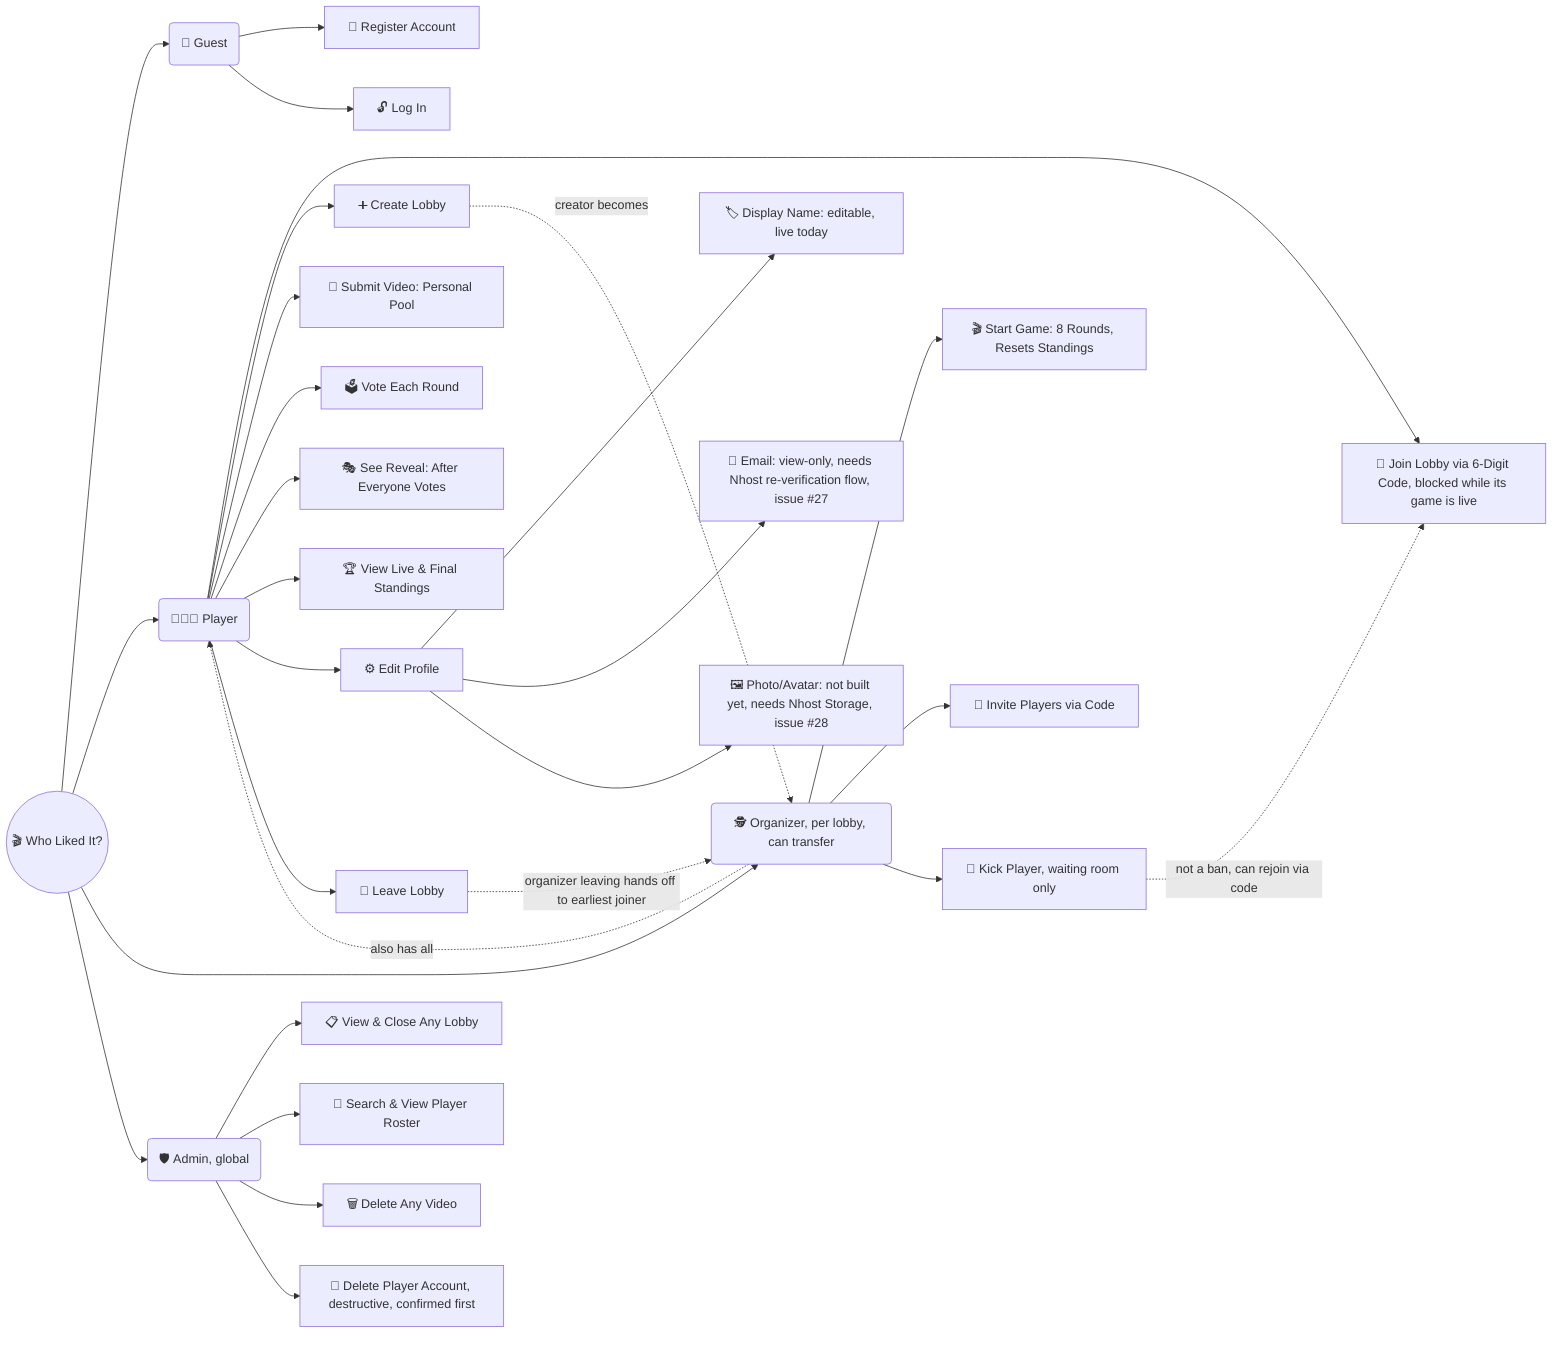
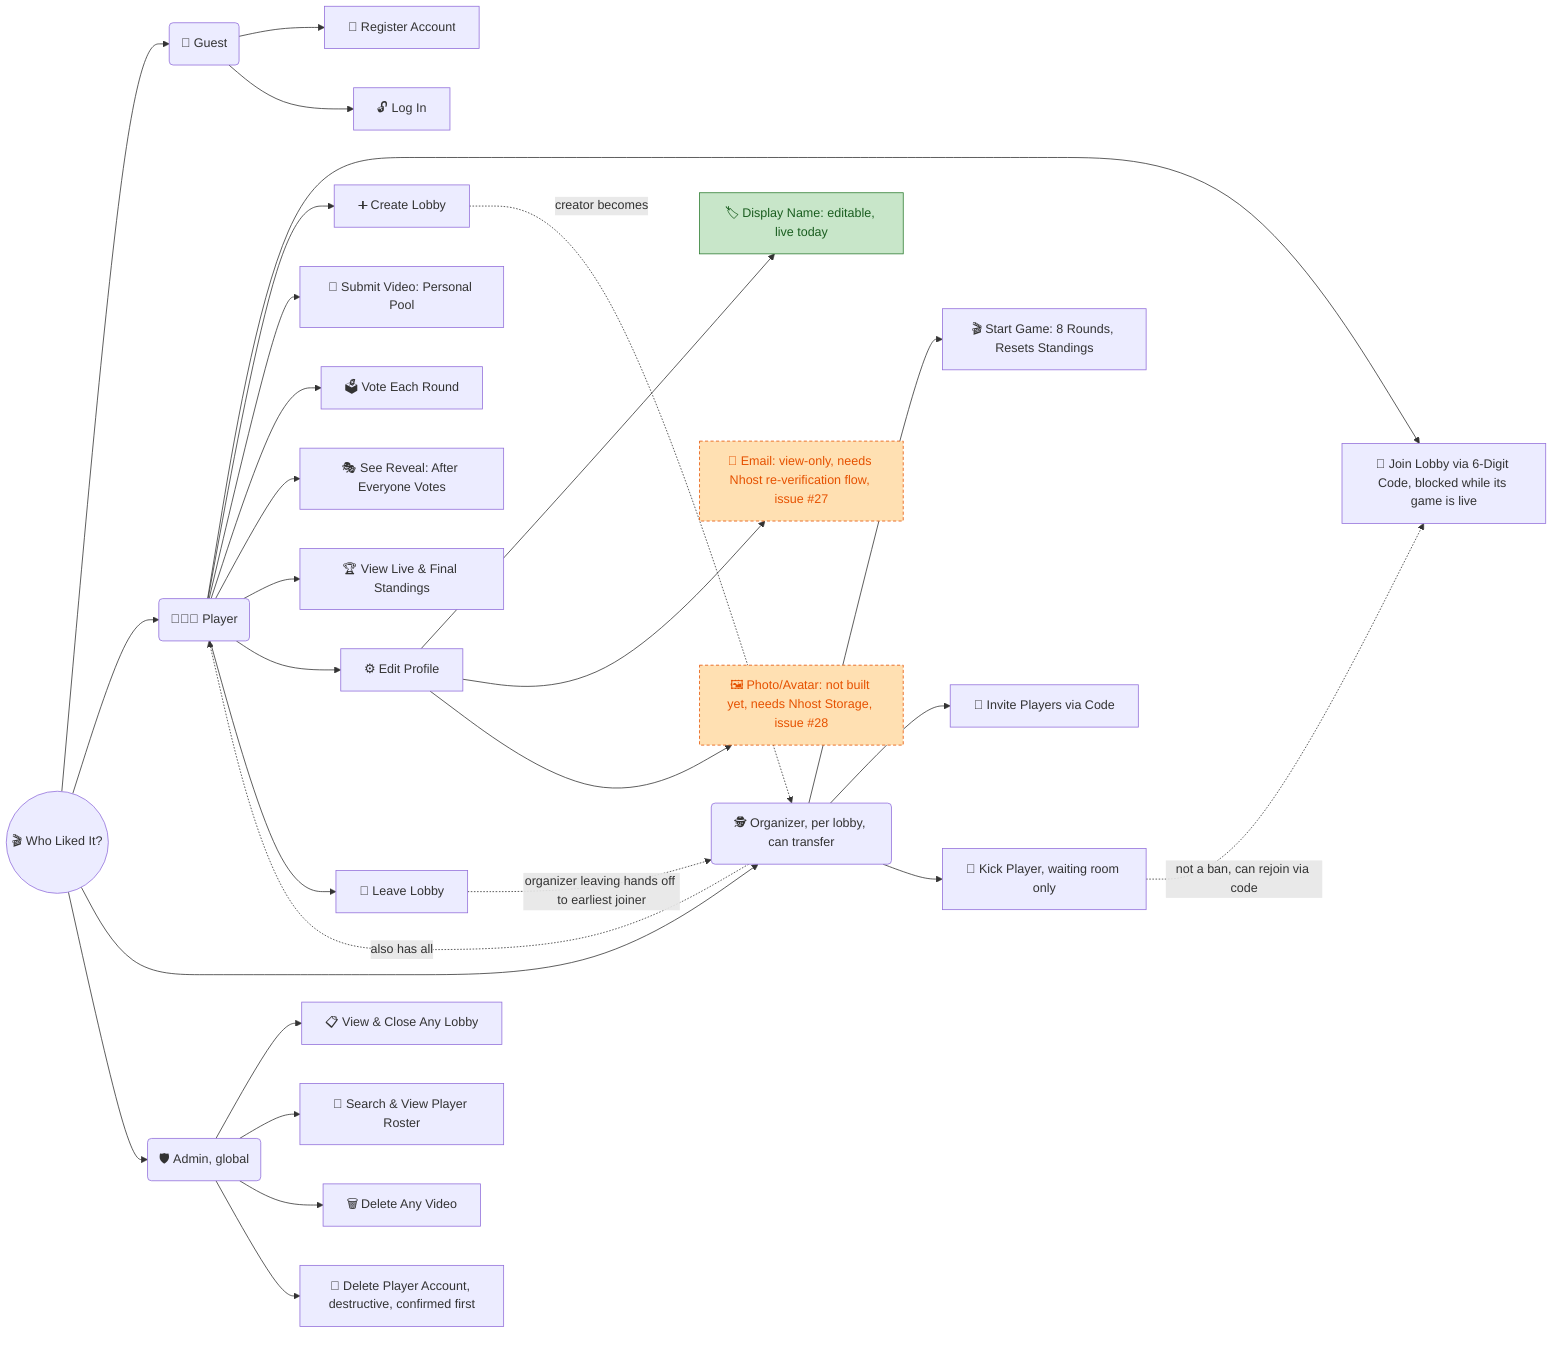
graph LR
  Root((🎬 Who Liked It?))

  Root --> Guest(🧍 Guest)
  Guest --> G1[📝 Register Account]
  Guest --> G2[🔓 Log In]

  Root --> Player(🧑‍🤝‍🧑 Player)
  Player --> P1[🔑 Join Lobby via 6-Digit Code, blocked while its game is live]
  Player --> P2[➕ Create Lobby]
  Player --> P3[📼 Submit Video: Personal Pool]
  Player --> P4[🗳️ Vote Each Round]
  Player --> P5[🎭 See Reveal: After Everyone Votes]
  Player --> P6[🏆 View Live &amp; Final Standings]
  Player --> P7[⚙️ Edit Profile]
  P7 --> P7a[🏷️ Display Name: editable, live today]
  P7 --> P7b[📧 Email: view-only, needs Nhost re-verification flow, issue #27]
  P7 --> P7c[🖼️ Photo/Avatar: not built yet, needs Nhost Storage, issue #28]
  Player --> P8[🚪 Leave Lobby]

  Root --> Organizer(🕵️ Organizer, per lobby, can transfer)
  Organizer --> O1[🎬 Start Game: 8 Rounds, Resets Standings]
  Organizer --> O2[📣 Invite Players via Code]
  Organizer --> O3[👢 Kick Player, waiting room only]
  Organizer -.->|also has all| Player
  P2 -.->|creator becomes| Organizer
  P8 -.->|organizer leaving hands off to earliest joiner| Organizer
  O3 -.->|not a ban, can rejoin via code| P1

  Root --> Admin(🛡️ Admin, global)
  Admin --> A1[📋 View &amp; Close Any Lobby]
  Admin --> A2[👥 Search &amp; View Player Roster]
  Admin --> A3[🗑️ Delete Any Video]
  Admin --> A4[🚫 Delete Player Account, destructive, confirmed first]
+ 
+   classDef live fill:#c8e6c9,stroke:#2e7d32,color:#1b5e20
+   classDef planned fill:#ffe0b2,stroke:#e65100,color:#e65100,stroke-dasharray: 4 3
+   class P7a live
+   class P7b,P7c planned
